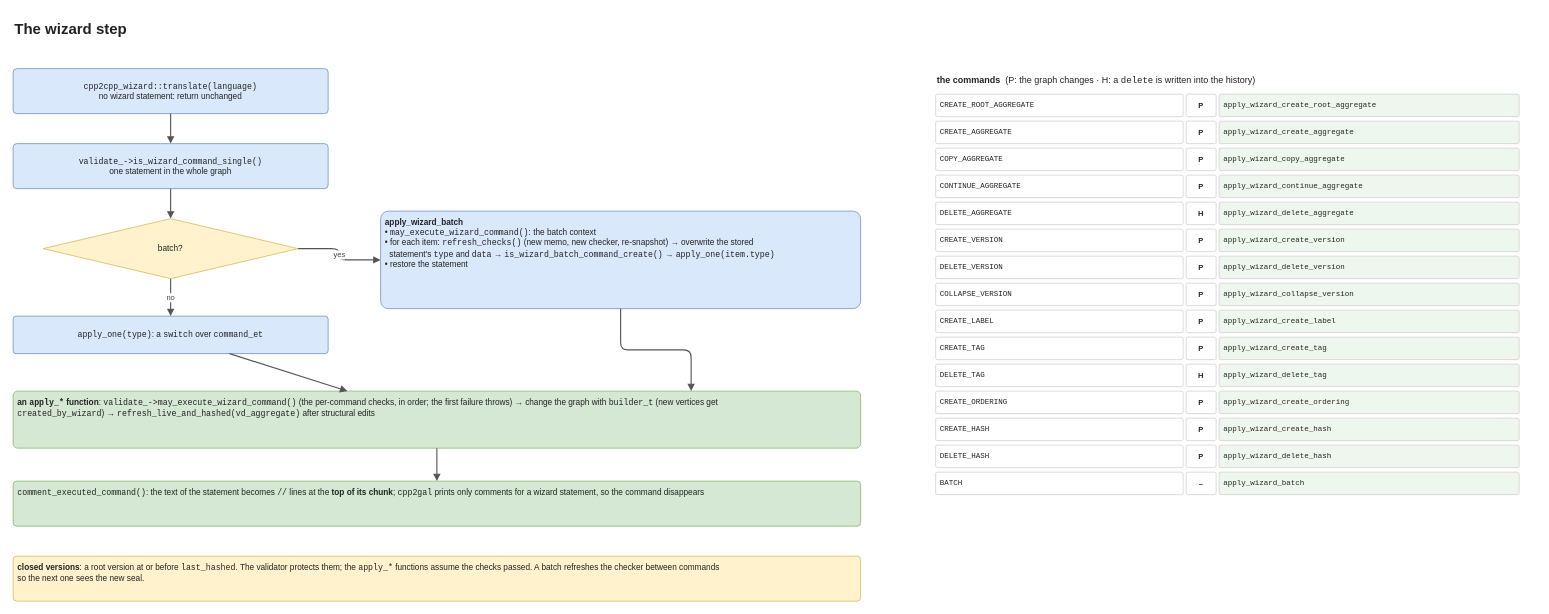
goloveshin/galimatron_doc keeps this draw.io diagram as drawio/38_dev_wizard_flow.drawio. Above is the earlier version. Source tidied: cells renumbered, new cells numbered last; positions are measured from the earlier drawing's top-left corner, leaving out a move shared by most shapes. Both pictures are drawn from the tidied source at 75%, with x=0, y=0 at pixel (13, 13).
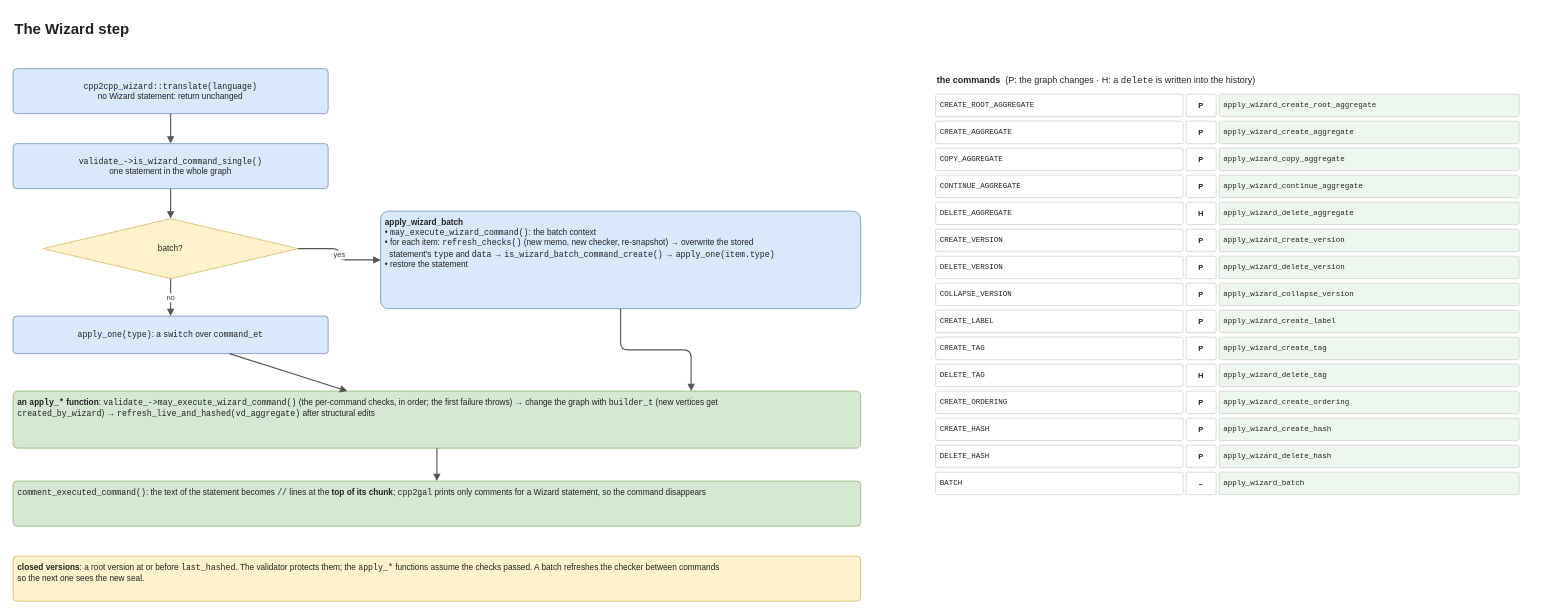
After the change.

Change to the diagram source:
```diff
@@
-    <mxCell id="2" value="The wizard step" style="whiteSpace=wrap;html=1;fillColor=none;strokeColor=none;strokeWidth=1;fontSize=20;fontColor=#222222;align=left;verticalAlign=top;spacingLeft=0;spacingRight=4;spacingTop=2;spacingBottom=2;rounded=0;fontStyle=1;strokeColor=none;fillColor=none;" parent="1" vertex="1">
+    <mxCell id="2" value="The Wizard step" style="whiteSpace=wrap;html=1;fillColor=none;strokeColor=none;strokeWidth=1;fontSize=20;fontColor=#222222;align=left;verticalAlign=top;spacingLeft=0;spacingRight=4;spacingTop=2;spacingBottom=2;rounded=0;fontStyle=1;strokeColor=none;fillColor=none;" parent="1" vertex="1">
       <mxGeometry width="1500" height="31" as="geometry" />
     </mxCell>
-    <mxCell id="3" value="&lt;font face=&quot;Consolas&quot;&gt;cpp2cpp_wizard::translate(language)&lt;/font&gt;&lt;br&gt;no wizard statement: return unchanged" style="whiteSpace=wrap;html=1;fillColor=#dae8fc;strokeColor=#6c8ebf;strokeWidth=1;fontSize=11;fontColor=#222222;align=center;verticalAlign=middle;spacingLeft=4;spacingRight=4;spacingTop=2;spacingBottom=2;rounded=1;arcSize=8;" parent="1" vertex="1">
+    <mxCell id="3" value="&lt;font face=&quot;Consolas&quot;&gt;cpp2cpp_wizard::translate(language)&lt;/font&gt;&lt;br&gt;no Wizard statement: return unchanged" style="whiteSpace=wrap;html=1;fillColor=#dae8fc;strokeColor=#6c8ebf;strokeWidth=1;fontSize=11;fontColor=#222222;align=center;verticalAlign=middle;spacingLeft=4;spacingRight=4;spacingTop=2;spacingBottom=2;rounded=1;arcSize=8;" parent="1" vertex="1">
       <mxGeometry y="74" width="420" height="60" as="geometry" />
     </mxCell>
@@
-    <mxCell id="9" value="&lt;font face=&quot;Consolas&quot;&gt;comment_executed_command()&lt;/font&gt;: the text of the statement becomes &lt;font face=&quot;Consolas&quot;&gt;//&lt;/font&gt; lines at the &lt;b&gt;top of its chunk&lt;/b&gt;; &lt;font face=&quot;Consolas&quot;&gt;cpp2gal&lt;/font&gt; prints only comments for a wizard statement, so the command disappears" style="whiteSpace=wrap;html=1;fillColor=#d5e8d4;strokeColor=#82b366;strokeWidth=1;fontSize=11;fontColor=#222222;align=left;verticalAlign=top;spacingLeft=4;spacingRight=4;spacingTop=2;spacingBottom=2;rounded=1;arcSize=8;" parent="1" vertex="1">
+    <mxCell id="9" value="&lt;font face=&quot;Consolas&quot;&gt;comment_executed_command()&lt;/font&gt;: the text of the statement becomes &lt;font face=&quot;Consolas&quot;&gt;//&lt;/font&gt; lines at the &lt;b&gt;top of its chunk&lt;/b&gt;; &lt;font face=&quot;Consolas&quot;&gt;cpp2gal&lt;/font&gt; prints only comments for a Wizard statement, so the command disappears" style="whiteSpace=wrap;html=1;fillColor=#d5e8d4;strokeColor=#82b366;strokeWidth=1;fontSize=11;fontColor=#222222;align=left;verticalAlign=top;spacingLeft=4;spacingRight=4;spacingTop=2;spacingBottom=2;rounded=1;arcSize=8;" parent="1" vertex="1">
       <mxGeometry y="624" width="1130" height="60" as="geometry" />
     </mxCell>
```
